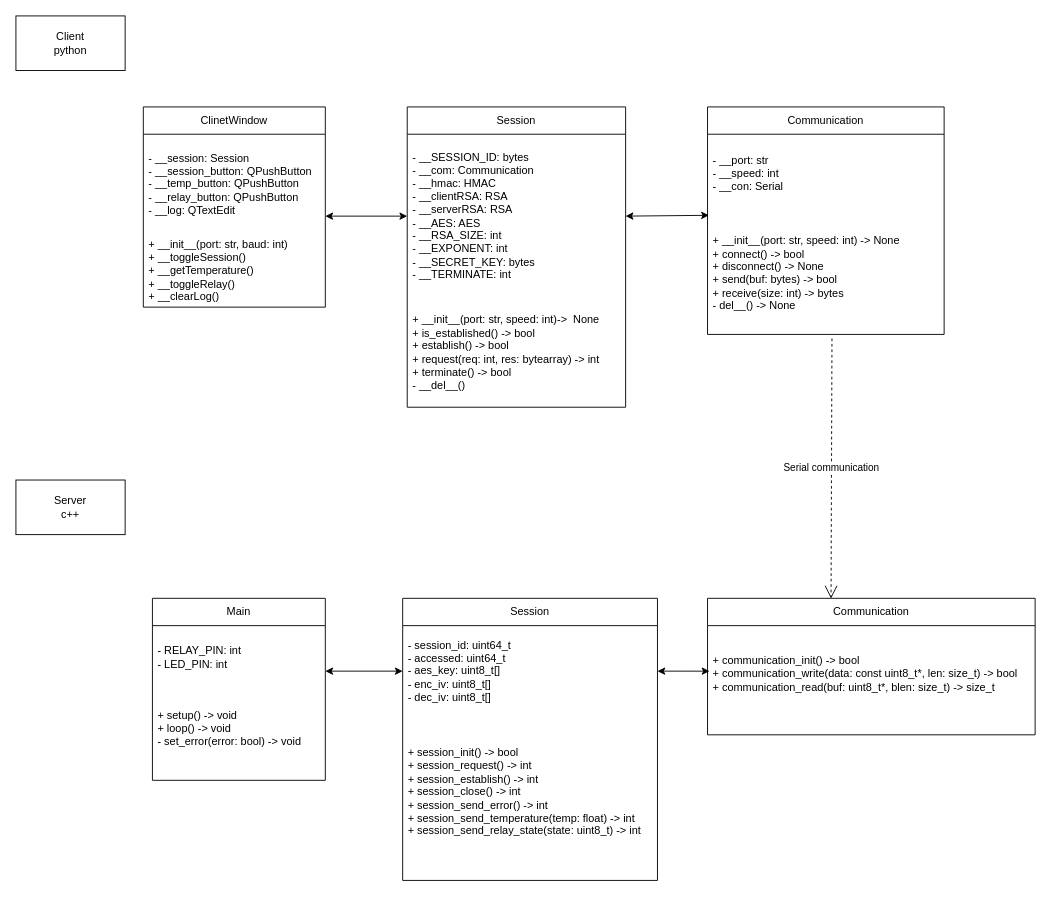
Before: docs/uml.drawio in pernillamoreno/Exam-Security-Project, a draw.io diagram. Source tidied: cells renumbered, new cells numbered last; positions are measured from the earlier drawing's top-left corner, leaving out a move shared by most shapes. Both pictures are drawn from the tidied source at 91%, with x=0, y=0 at pixel (15, 15).
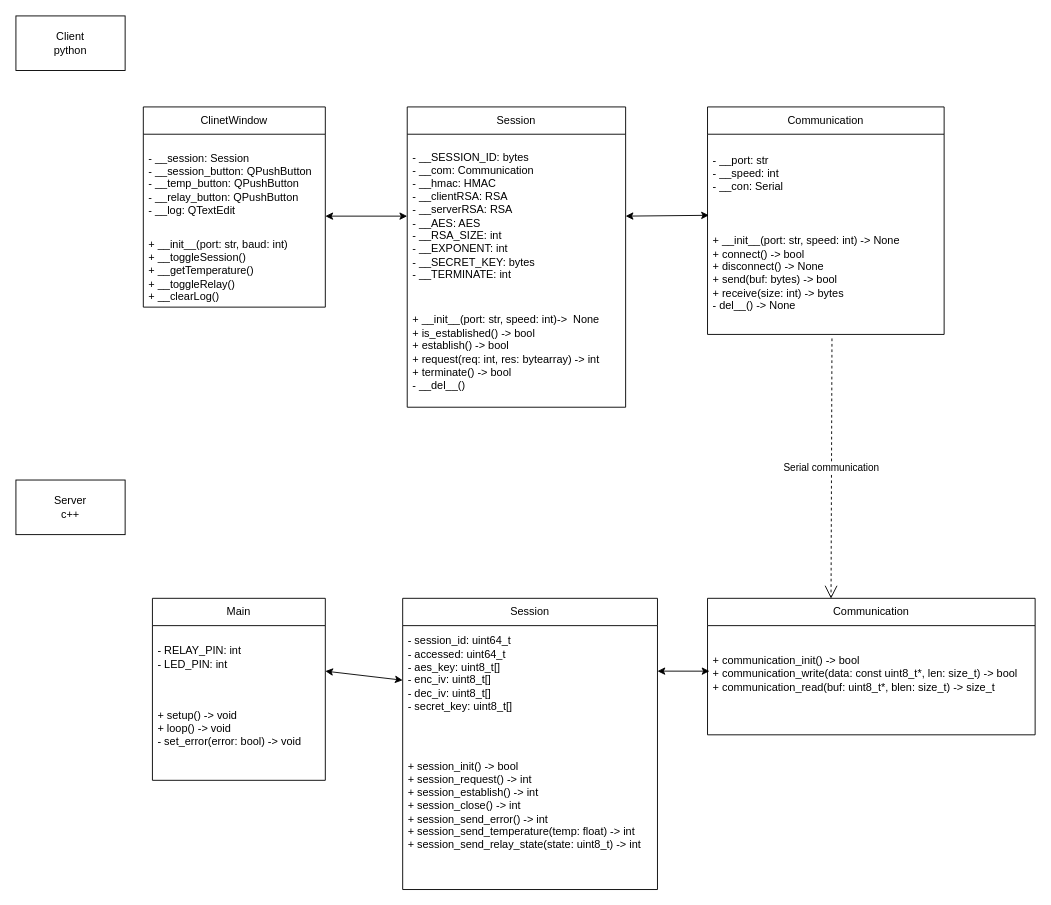
The same diagram, later.

What changed in the source:
```diff
@@
     <mxCell id="16" value="Session" style="swimlane;fontStyle=0;horizontal=1;startSize=30;whiteSpace=wrap;html=1;" parent="1" vertex="1">
-      <mxGeometry x="425" y="640" width="280" height="310" as="geometry" />
+      <mxGeometry x="425" y="640" width="280" height="320" as="geometry" />
     </mxCell>
-    <mxCell id="17" value="&lt;div&gt;&lt;font color=&quot;#000000&quot;&gt;- session_id: uint64_t&amp;nbsp;&amp;nbsp;&lt;/font&gt;&lt;/div&gt;&lt;div&gt;&lt;font color=&quot;#000000&quot;&gt;- accessed: uint64_t&amp;nbsp;&amp;nbsp;&lt;/font&gt;&lt;/div&gt;&lt;div&gt;&lt;font color=&quot;#000000&quot;&gt;- aes_key: uint8_t[]&amp;nbsp;&amp;nbsp;&lt;/font&gt;&lt;/div&gt;&lt;div&gt;&lt;font color=&quot;#000000&quot;&gt;- enc_iv: uint8_t[]&amp;nbsp;&amp;nbsp;&lt;/font&gt;&lt;/div&gt;&lt;div&gt;&lt;font color=&quot;#000000&quot;&gt;- dec_iv: uint8_t[]&amp;nbsp;&amp;nbsp;&lt;/font&gt;&lt;/div&gt;" style="text;strokeColor=none;fillColor=none;align=left;verticalAlign=middle;spacingLeft=4;spacingRight=4;overflow=hidden;points=[[0,0.5],[1,0.5]];portConstraint=eastwest;whiteSpace=wrap;html=1;" parent="16" vertex="1">
-      <mxGeometry y="30" width="280" height="100" as="geometry" />
+    <mxCell id="17" value="&lt;div&gt;&lt;font color=&quot;#000000&quot;&gt;- session_id: uint64_t&amp;nbsp;&amp;nbsp;&lt;/font&gt;&lt;/div&gt;&lt;div&gt;&lt;font color=&quot;#000000&quot;&gt;- accessed: uint64_t&amp;nbsp;&amp;nbsp;&lt;/font&gt;&lt;/div&gt;&lt;div&gt;&lt;font color=&quot;#000000&quot;&gt;- aes_key: uint8_t[]&amp;nbsp;&amp;nbsp;&lt;/font&gt;&lt;/div&gt;&lt;div&gt;&lt;font color=&quot;#000000&quot;&gt;- enc_iv: uint8_t[]&amp;nbsp;&amp;nbsp;&lt;/font&gt;&lt;/div&gt;&lt;div&gt;&lt;font color=&quot;#000000&quot;&gt;- dec_iv: uint8_t[]&amp;nbsp;&amp;nbsp;&lt;/font&gt;&lt;/div&gt;&lt;div&gt;&lt;font&gt;- secret_key: uint8_t[]&amp;nbsp;&lt;/font&gt;&lt;/div&gt;&lt;div&gt;&lt;font color=&quot;#000000&quot;&gt;&lt;br&gt;&lt;/font&gt;&lt;/div&gt;" style="text;strokeColor=none;fillColor=none;align=left;verticalAlign=middle;spacingLeft=4;spacingRight=4;overflow=hidden;points=[[0,0.5],[1,0.5]];portConstraint=eastwest;whiteSpace=wrap;html=1;" parent="16" vertex="1">
+      <mxGeometry y="30" width="280" height="120" as="geometry" />
     </mxCell>
     <mxCell id="18" value="&lt;div&gt;&lt;font color=&quot;#000000&quot;&gt;+ session_init() -&amp;gt; bool&amp;nbsp;&amp;nbsp;&lt;/font&gt;&lt;/div&gt;&lt;div&gt;&lt;font color=&quot;#000000&quot;&gt;+ session_request() -&amp;gt; int&amp;nbsp;&amp;nbsp;&lt;/font&gt;&lt;/div&gt;&lt;div&gt;&lt;font color=&quot;#000000&quot;&gt;+ session_establish() -&amp;gt; int&amp;nbsp;&amp;nbsp;&lt;/font&gt;&lt;/div&gt;&lt;div&gt;&lt;font color=&quot;#000000&quot;&gt;+ session_close() -&amp;gt; int&amp;nbsp;&amp;nbsp;&lt;/font&gt;&lt;/div&gt;&lt;div&gt;&lt;font color=&quot;#000000&quot;&gt;+ session_send_error() -&amp;gt; int&amp;nbsp;&amp;nbsp;&lt;/font&gt;&lt;/div&gt;&lt;div&gt;&lt;font color=&quot;#000000&quot;&gt;+ session_send_temperature(temp: float) -&amp;gt; int&amp;nbsp;&amp;nbsp;&lt;/font&gt;&lt;/div&gt;&lt;div&gt;&lt;font color=&quot;#000000&quot;&gt;+ session_send_relay_state(state: uint8_t) -&amp;gt; int&amp;nbsp;&amp;nbsp;&lt;/font&gt;&lt;/div&gt;&lt;div&gt;&lt;br&gt;&lt;/div&gt;" style="text;strokeColor=none;fillColor=none;align=left;verticalAlign=middle;spacingLeft=4;spacingRight=4;overflow=hidden;whiteSpace=wrap;html=1;" parent="16" vertex="1">
-      <mxGeometry y="130" width="280" height="180" as="geometry" />
+      <mxGeometry y="150" width="280" height="170" as="geometry" />
     </mxCell>
```
